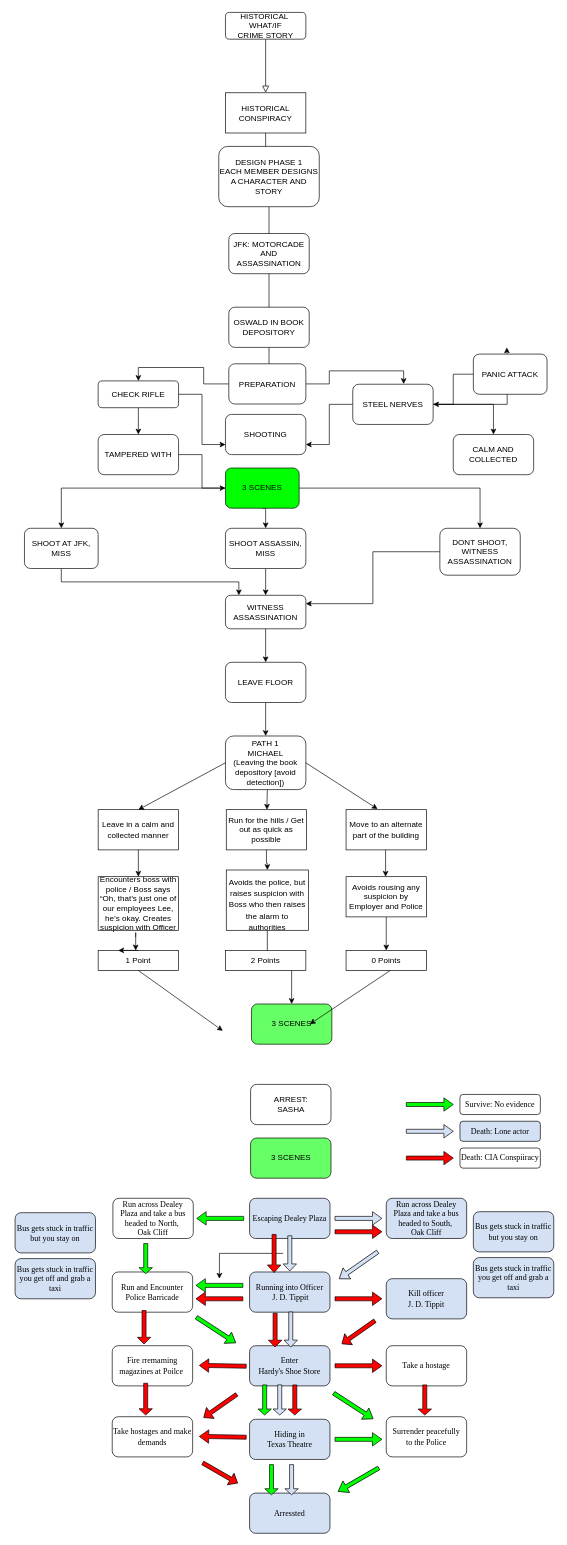
Earlier version of the draw.io diagram Untitled Diagram.drawio (bottack/CN-text-game). Source tidied: cells renumbered, new cells numbered last; positions are measured from the earlier drawing's top-left corner, leaving out a move shared by most shapes. Both pictures are drawn from the tidied source at 67%, with x=0, y=0 at pixel (15, 12).
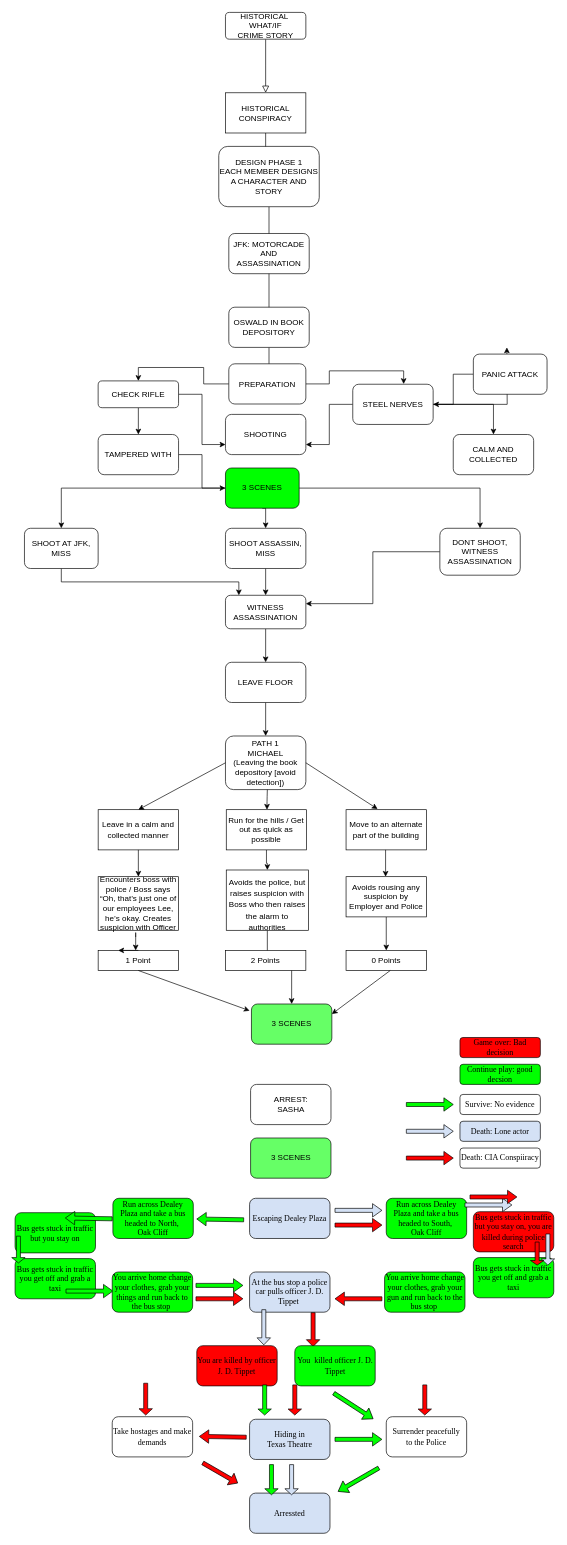
After the change.

Unchanged cells that the change refers to:
```xml
<mxCell id="22" value="3 SCENES" style="rounded=1;whiteSpace=wrap;html=1;fillColor=#66FF66;" parent="1" vertex="1">
  <mxGeometry x="352.8" y="1480" width="120" height="60" as="geometry" />
</mxCell>
<mxCell id="110" value="1 Point" style="rounded=0;whiteSpace=wrap;html=1;" parent="1" vertex="1">
  <mxGeometry x="124" y="1400" width="120" height="30" as="geometry" />
</mxCell>
```

The edit, as a diff of the source:
```diff
@@
-    <mxCell id="55" value="Running into Officer &lt;br&gt;&amp;nbsp;J. D. Tippit" style="rounded=1;whiteSpace=wrap;html=1;fontFamily=Times New Roman;labelBorderColor=none;fillColor=#D4E1F5;" parent="1" vertex="1">
+    <mxCell id="55" value="At the bus stop a police car pulls officer J. D. Tippet&amp;nbsp;" style="rounded=1;whiteSpace=wrap;html=1;fontFamily=Times New Roman;labelBorderColor=none;fillColor=#D4E1F5;" parent="1" vertex="1">
       <mxGeometry x="350" y="1880" width="120" height="60" as="geometry" />
     </mxCell>
@@
-    <mxCell id="57" value="Run across Dealey Plaza and take a bus headed to South,&amp;nbsp;&lt;br&gt;Oak Cliff" style="rounded=1;whiteSpace=wrap;html=1;fontFamily=Times New Roman;fillColor=#D4E1F5;" parent="1" vertex="1">
+    <mxCell id="57" value="Run across Dealey Plaza and take a bus headed to South,&amp;nbsp;&lt;br&gt;Oak Cliff" style="rounded=1;whiteSpace=wrap;html=1;fontFamily=Times New Roman;fillColor=#00FF00;" parent="1" vertex="1">
       <mxGeometry x="554" y="1770" width="120" height="60" as="geometry" />
     </mxCell>
@@
-    <mxCell id="59" value="Run across Dealey Plaza and take a bus headed to North,&amp;nbsp;&lt;br&gt;Oak Cliff" style="rounded=1;whiteSpace=wrap;html=1;fontFamily=Times New Roman;" parent="1" vertex="1">
+    <mxCell id="59" value="Run across Dealey Plaza and take a bus headed to North,&amp;nbsp;&lt;br&gt;Oak Cliff" style="rounded=1;whiteSpace=wrap;html=1;fontFamily=Times New Roman;fillColor=#00FF00;" parent="1" vertex="1">
       <mxGeometry x="146" y="1770" width="120" height="60" as="geometry" />
     </mxCell>
-    <mxCell id="60" value="Kill officer &lt;br&gt;J. D. Tippit" style="rounded=1;whiteSpace=wrap;html=1;fontFamily=Times New Roman;fillColor=#D4E1F5;" parent="1" vertex="1">
-      <mxGeometry x="554" y="1890" width="120" height="60" as="geometry" />
-    </mxCell>
@@
-    <mxCell id="62" value="Run and Encounter Police Barricade" style="rounded=1;whiteSpace=wrap;html=1;fontFamily=Times New Roman;" parent="1" vertex="1">
-      <mxGeometry x="145" y="1880" width="120" height="60" as="geometry" />
-    </mxCell>
@@
-    <mxCell id="64" value="Enter&lt;br&gt;Hardy's Shoe Store" style="rounded=1;whiteSpace=wrap;html=1;fontFamily=Times New Roman;fillColor=#D4E1F5;" parent="1" vertex="1">
-      <mxGeometry x="350" y="1990" width="120" height="60" as="geometry" />
+    <mxCell id="64" value="You are killed by officer J. D. Tippet" style="rounded=1;whiteSpace=wrap;html=1;fontFamily=Times New Roman;fillColor=#FF0000;" parent="1" vertex="1">
+      <mxGeometry x="271.2" y="1990" width="120" height="60" as="geometry" />
     </mxCell>
-    <mxCell id="65" value="Take a hostage" style="rounded=1;whiteSpace=wrap;html=1;fontFamily=Times New Roman;" parent="1" vertex="1">
-      <mxGeometry x="554" y="1990" width="120" height="60" as="geometry" />
-    </mxCell>
-    <mxCell id="66" value="Fire rremaming &lt;br&gt;magazines at Poilce&amp;nbsp;" style="rounded=1;whiteSpace=wrap;html=1;fontFamily=Times New Roman;" parent="1" vertex="1">
-      <mxGeometry x="145" y="1990" width="120" height="60" as="geometry" />
-    </mxCell>
@@
     <mxCell id="70" style="shape=singleArrow;whiteSpace=wrap;html=1;fontFamily=Times New Roman;fillColor=#D4E1F5;" parent="1" vertex="1">
-      <mxGeometry x="477.5" y="1790" width="70" height="20" as="geometry" />
+      <mxGeometry x="477.5" y="1778" width="70" height="20" as="geometry" />
     </mxCell>
-    <mxCell id="71" style="shape=singleArrow;whiteSpace=wrap;html=1;fontFamily=Times New Roman;fillColor=#D4E1F5;rotation=-215;" parent="1" vertex="1">
-      <mxGeometry x="477.5" y="1860" width="70" height="20" as="geometry" />
-    </mxCell>
-    <mxCell id="72" style="edgeStyle=orthogonalEdgeStyle;rounded=0;jettySize=auto;html=1;" parent="1" edge="1" source="73" target="87">
-      <mxGeometry relative="1" as="geometry" />
-    </mxCell>
-    <mxCell id="73" style="shape=singleArrow;whiteSpace=wrap;html=1;fontFamily=Times New Roman;fillColor=#D4E1F5;rotation=90;" parent="1" vertex="1">
-      <mxGeometry x="383.8" y="1842.2" width="52.5" height="20" as="geometry" />
-    </mxCell>
-    <mxCell id="74" style="shape=singleArrow;whiteSpace=wrap;html=1;fontFamily=Times New Roman;fillColor=#D4E1F5;rotation=90;" parent="1" vertex="1">
-      <mxGeometry x="372.5" y="2061" width="45" height="20" as="geometry" />
-    </mxCell>
@@
-    <mxCell id="76" style="shape=singleArrow;whiteSpace=wrap;html=1;fontFamily=Times New Roman;fillColor=#FF0000;rotation=-179;" parent="1" vertex="1">
-      <mxGeometry x="275" y="2010" width="70" height="20" as="geometry" />
-    </mxCell>
@@
-    <mxCell id="78" style="shape=singleArrow;whiteSpace=wrap;html=1;fontFamily=Times New Roman;fillColor=#FF0000;" parent="1" vertex="1">
-      <mxGeometry x="477.5" y="2010" width="70" height="20" as="geometry" />
-    </mxCell>
@@
-    <mxCell id="85" style="shape=singleArrow;whiteSpace=wrap;html=1;fontFamily=Times New Roman;fillColor=#00FF00;rotation=-180;" parent="1" vertex="1">
-      <mxGeometry x="271.2" y="1790" width="70" height="20" as="geometry" />
-    </mxCell>
-    <mxCell id="86" style="shape=singleArrow;whiteSpace=wrap;html=1;fontFamily=Times New Roman;fillColor=#00FF00;rotation=90;" parent="1" vertex="1">
-      <mxGeometry x="172.5" y="1850" width="45" height="20" as="geometry" />
-    </mxCell>
-    <mxCell id="87" style="shape=singleArrow;whiteSpace=wrap;html=1;fontFamily=Times New Roman;fillColor=#00FF00;rotation=-180;" parent="1" vertex="1">
+    <mxCell id="87" style="shape=singleArrow;whiteSpace=wrap;html=1;fontFamily=Times New Roman;fillColor=#00FF00;rotation=0;" parent="1" vertex="1">
       <mxGeometry x="270" y="1890" width="70" height="20" as="geometry" />
     </mxCell>
@@
-    <mxCell id="89" style="shape=singleArrow;whiteSpace=wrap;html=1;fontFamily=Times New Roman;fillColor=#00FF00;rotation=33;" parent="1" vertex="1">
-      <mxGeometry x="265" y="1956.7" width="70" height="20" as="geometry" />
-    </mxCell>
@@
     <mxCell id="94" style="shape=singleArrow;whiteSpace=wrap;html=1;fontFamily=Times New Roman;fillColor=#FF0000;" parent="1" vertex="1">
-      <mxGeometry x="477.5" y="1810" width="70" height="20" as="geometry" />
+      <mxGeometry x="477.5" y="1800" width="70" height="20" as="geometry" />
     </mxCell>
-    <mxCell id="95" style="shape=singleArrow;whiteSpace=wrap;html=1;fontFamily=Times New Roman;fillColor=#FF0000;" parent="1" vertex="1">
+    <mxCell id="95" style="shape=singleArrow;whiteSpace=wrap;html=1;fontFamily=Times New Roman;fillColor=#FF0000;rotation=-180;" parent="1" vertex="1">
       <mxGeometry x="477.5" y="1910" width="70" height="20" as="geometry" />
     </mxCell>
-    <mxCell id="96" style="shape=singleArrow;whiteSpace=wrap;html=1;fontFamily=Times New Roman;fillColor=#FF0000;rotation=90;" parent="1" vertex="1">
-      <mxGeometry x="358.1" y="1842.4" width="57" height="20" as="geometry" />
-    </mxCell>
-    <mxCell id="97" style="shape=singleArrow;whiteSpace=wrap;html=1;fontFamily=Times New Roman;fillColor=#FF0000;rotation=-215;" parent="1" vertex="1">
-      <mxGeometry x="482.5" y="1960" width="60" height="20" as="geometry" />
-    </mxCell>
-    <mxCell id="98" style="shape=singleArrow;whiteSpace=wrap;html=1;fontFamily=Times New Roman;fillColor=#FF0000;rotation=-215;" parent="1" vertex="1">
-      <mxGeometry x="276.2" y="2070" width="60" height="20" as="geometry" />
-    </mxCell>
@@
-    <mxCell id="103" style="shape=singleArrow;whiteSpace=wrap;html=1;fontFamily=Times New Roman;fillColor=#FF0000;rotation=90;" parent="1" vertex="1">
-      <mxGeometry x="167.5" y="1952.5" width="50" height="20" as="geometry" />
-    </mxCell>
-    <mxCell id="104" style="shape=singleArrow;whiteSpace=wrap;html=1;fontFamily=Times New Roman;fillColor=#FF0000;rotation=-180;" parent="1" vertex="1">
+    <mxCell id="104" style="shape=singleArrow;whiteSpace=wrap;html=1;fontFamily=Times New Roman;fillColor=#FF0000;rotation=0;" parent="1" vertex="1">
       <mxGeometry x="270" y="1910" width="70" height="20" as="geometry" />
     </mxCell>
-    <mxCell id="105" value="Bus gets stuck in traffic&lt;br&gt;you get off and grab a taxi" style="rounded=1;whiteSpace=wrap;html=1;fontFamily=Times New Roman;fillColor=#D4E1F5;" parent="1" vertex="1">
+    <mxCell id="105" value="Bus gets stuck in traffic&lt;br&gt;you get off and grab a taxi" style="rounded=1;whiteSpace=wrap;html=1;fontFamily=Times New Roman;fillColor=#00FF00;" parent="1" vertex="1">
       <mxGeometry x="684" y="1858.5" width="120" height="60" as="geometry" />
     </mxCell>
@@
-    <mxCell id="107" value="Bus gets stuck in traffic&lt;br&gt;but you stay on" style="rounded=1;whiteSpace=wrap;html=1;fontFamily=Times New Roman;fillColor=#D4E1F5;" parent="1" vertex="1">
+    <mxCell id="107" value="Bus gets stuck in traffic&lt;br&gt;but you stay on, you are killed during police search" style="rounded=1;whiteSpace=wrap;html=1;fontFamily=Times New Roman;fillColor=#FF0000;" parent="1" vertex="1">
       <mxGeometry x="684" y="1790" width="120" height="60" as="geometry" />
     </mxCell>
@@
-    <mxCell id="109" value="Bus gets stuck in traffic&lt;br&gt;you get off and grab a taxi" style="rounded=1;whiteSpace=wrap;html=1;fontFamily=Times New Roman;fillColor=#D4E1F5;" parent="1" vertex="1">
+    <mxCell id="109" value="Bus gets stuck in traffic&lt;br&gt;you get off and grab a taxi" style="rounded=1;whiteSpace=wrap;html=1;fontFamily=Times New Roman;fillColor=#00FF00;" parent="1" vertex="1">
       <mxGeometry y="1860" width="120" height="60" as="geometry" />
     </mxCell>
@@
-    <mxCell id="111" value="Bus gets stuck in traffic&lt;br&gt;but you stay on" style="rounded=1;whiteSpace=wrap;html=1;fontFamily=Times New Roman;fillColor=#D4E1F5;" parent="1" vertex="1">
+    <mxCell id="111" value="Bus gets stuck in traffic&lt;br&gt;but you stay on" style="rounded=1;whiteSpace=wrap;html=1;fontFamily=Times New Roman;fillColor=#00FF00;" parent="1" vertex="1">
       <mxGeometry y="1791.5" width="120" height="60" as="geometry" />
     </mxCell>
@@
     <mxCell id="113" style="shape=singleArrow;whiteSpace=wrap;html=1;fontFamily=Times New Roman;fillColor=#D4E1F5;rotation=90;" parent="1" vertex="1">
-      <mxGeometry x="385.2" y="1955.9" width="52.5" height="20" as="geometry" />
+      <mxGeometry x="345" y="1952.5" width="52.5" height="20" as="geometry" />
     </mxCell>
@@
     <mxCell id="115" style="shape=singleArrow;whiteSpace=wrap;html=1;fontFamily=Times New Roman;fillColor=#FF0000;rotation=90;" parent="1" vertex="1">
-      <mxGeometry x="362.9" y="1956.7" width="50.4" height="20" as="geometry" />
+      <mxGeometry x="419.6" y="1955.9" width="50.4" height="20" as="geometry" />
     </mxCell>
@@
     <mxCell id="121" style="endArrow=classic;html=1;exitX=0.5;exitY=1;exitDx=0;exitDy=0;" parent="1" edge="1" source="110">
       <mxGeometry relative="1" as="geometry">
-        <mxPoint x="310" y="1520" as="targetPoint" />
+        <mxPoint x="350" y="1490" as="targetPoint" />
       </mxGeometry>
     </mxCell>
-    <mxCell id="122" style="endArrow=classic;html=1;" parent="1" edge="1">
+    <mxCell id="122" style="endArrow=classic;html=1;entryX=1;entryY=0.25;entryDx=0;entryDy=0;" parent="1" edge="1" target="22">
       <mxGeometry relative="1" as="geometry">
         <mxPoint x="560" y="1430" as="sourcePoint" />
-        <mxPoint x="440" y="1510" as="targetPoint" />
       </mxGeometry>
     </mxCell>
@@
+    <mxCell id="124" style="shape=singleArrow;whiteSpace=wrap;html=1;fontFamily=Times New Roman;fillColor=#00FF00;" parent="1" vertex="1">
+      <mxGeometry x="76" y="1898.5" width="70" height="20" as="geometry" />
+    </mxCell>
+    <mxCell id="125" style="shape=singleArrow;whiteSpace=wrap;html=1;fontFamily=Times New Roman;fillColor=#00FF00;rotation=-179;" parent="1" vertex="1">
+      <mxGeometry x="271.2" y="1791.5" width="70" height="20" as="geometry" />
+    </mxCell>
+    <mxCell id="126" style="shape=singleArrow;whiteSpace=wrap;html=1;fontFamily=Times New Roman;fillColor=#00FF00;rotation=-179;" parent="1" vertex="1">
+      <mxGeometry x="75" y="1790" width="70" height="20" as="geometry" />
+    </mxCell>
+    <mxCell id="127" style="shape=singleArrow;whiteSpace=wrap;html=1;fontFamily=Times New Roman;fillColor=#00FF00;rotation=90;" parent="1" vertex="1">
+      <mxGeometry x="-15" y="1836.5" width="40" height="20" as="geometry" />
+    </mxCell>
+    <mxCell id="128" value="You arrive home change your clothes, grab your gun and run back to the bus stop&amp;nbsp;" style="rounded=1;whiteSpace=wrap;html=1;fontFamily=Times New Roman;fillColor=#00FF00;" parent="1" vertex="1">
+      <mxGeometry x="551.5" y="1880" width="120" height="60" as="geometry" />
+    </mxCell>
+    <mxCell id="129" value="Continue play: good decsion" style="rounded=1;whiteSpace=wrap;html=1;fontFamily=Times New Roman;fillColor=#00FF00;" parent="1" vertex="1">
+      <mxGeometry x="664" y="1570" width="120" height="30" as="geometry" />
+    </mxCell>
+    <mxCell id="130" value="Game over: Bad decision" style="rounded=1;whiteSpace=wrap;html=1;fontFamily=Times New Roman;fillColor=#FF0000;" parent="1" vertex="1">
+      <mxGeometry x="664" y="1530" width="120" height="30" as="geometry" />
+    </mxCell>
+    <mxCell id="60" value="You arrive home change your clothes, grab your things and run back to the bus stop&amp;nbsp;" style="rounded=1;whiteSpace=wrap;html=1;fontFamily=Times New Roman;fillColor=#00FF00;" parent="1" vertex="1">
+      <mxGeometry x="145" y="1880" width="120" height="60" as="geometry" />
+    </mxCell>
+    <mxCell id="131" value="You &amp;nbsp;killed officer J. D. Tippet" style="rounded=1;whiteSpace=wrap;html=1;fontFamily=Times New Roman;fillColor=#00FF00;" parent="1" vertex="1">
+      <mxGeometry x="417.5" y="1990" width="120" height="60" as="geometry" />
+    </mxCell>
+    <mxCell id="132" style="shape=singleArrow;whiteSpace=wrap;html=1;fontFamily=Times New Roman;fillColor=#D4E1F5;" parent="1" vertex="1">
+      <mxGeometry x="671.5" y="1770" width="70" height="20" as="geometry" />
+    </mxCell>
+    <mxCell id="133" style="shape=singleArrow;whiteSpace=wrap;html=1;fontFamily=Times New Roman;fillColor=#FF0000;" parent="1" vertex="1">
+      <mxGeometry x="679" y="1758" width="70" height="20" as="geometry" />
+    </mxCell>
+    <mxCell id="134" style="shape=singleArrow;whiteSpace=wrap;html=1;fontFamily=Times New Roman;fillColor=#D4E1F5;rotation=90;" parent="1" vertex="1">
+      <mxGeometry x="772" y="1836.5" width="46.5" height="20" as="geometry" />
+    </mxCell>
+    <mxCell id="135" style="shape=singleArrow;whiteSpace=wrap;html=1;fontFamily=Times New Roman;fillColor=#FF0000;rotation=90;" parent="1" vertex="1">
+      <mxGeometry x="762" y="1842.5" width="34.4" height="20" as="geometry" />
+    </mxCell>
```
